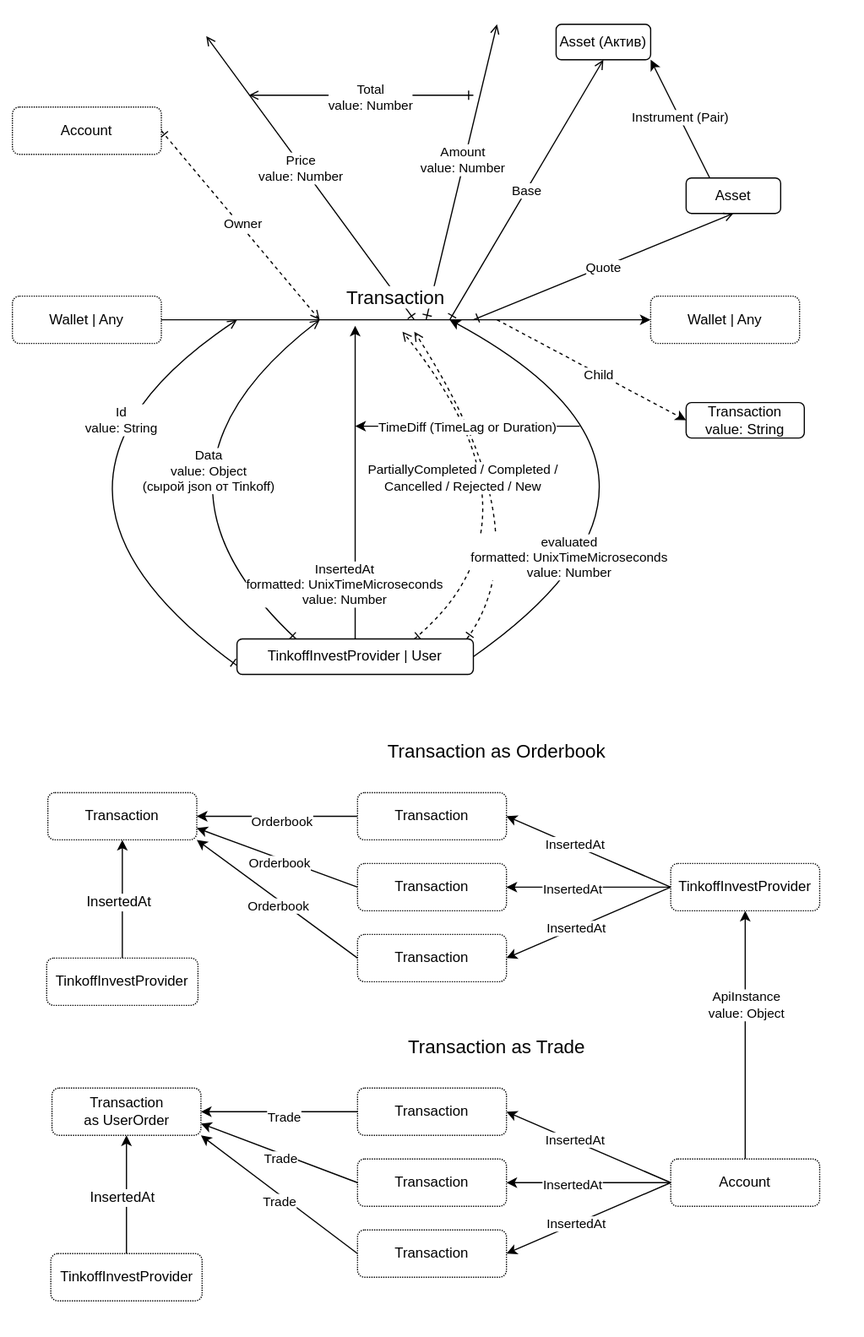
This is src/transaction/Transaction.drawio.svg from suenot/deep-profitmaker, a draw.io export, as it was before one commit. Source tidied: cells renumbered, new cells last; positions are measured from the earlier drawing's top-left corner, leaving out a move shared by most shapes.
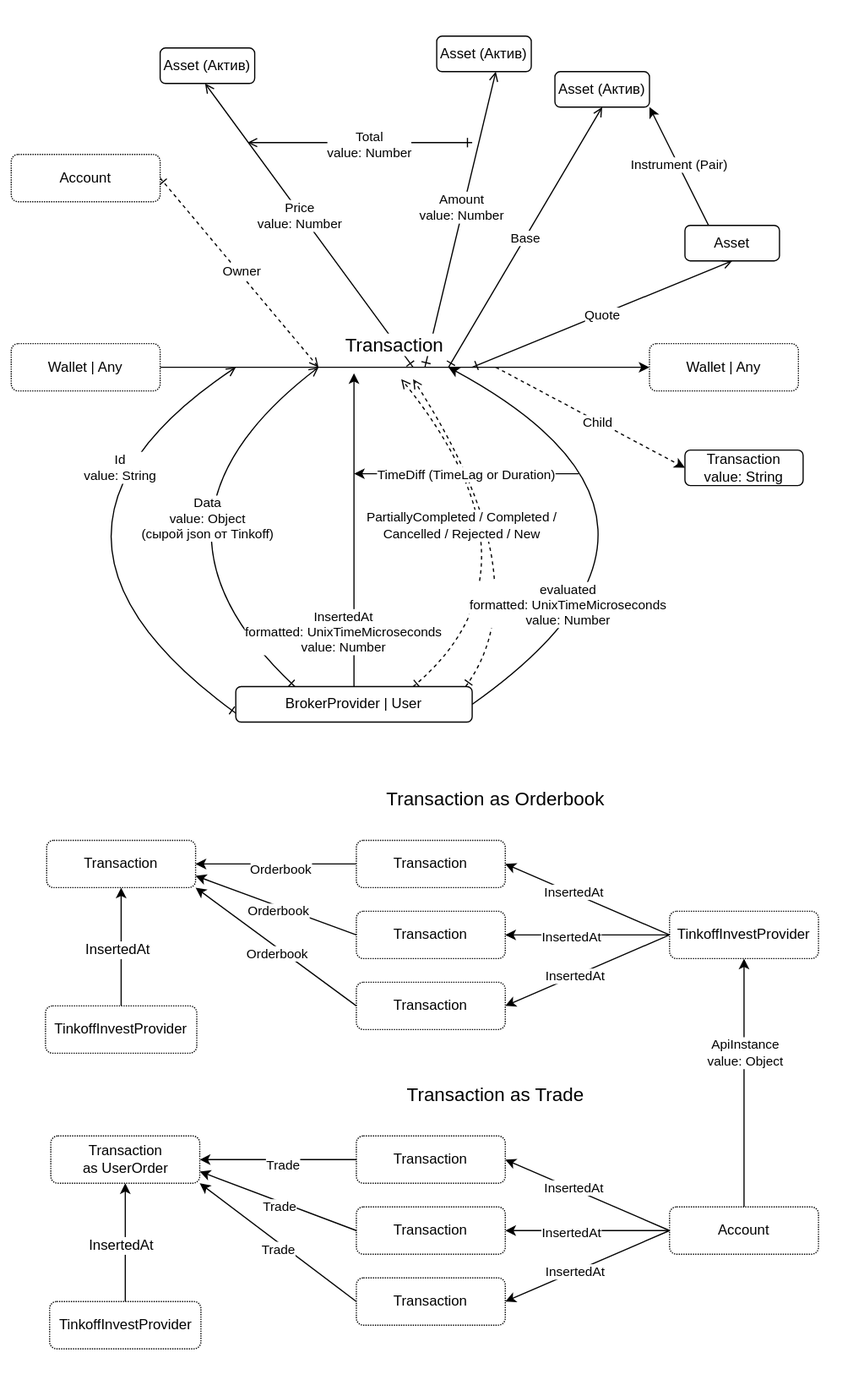
The same diagram one commit later.

The edit, as a diff of the source:
```diff
@@ -3,7 +3,7 @@
     <mxCell id="0" />
     <mxCell id="1" parent="0" />
     <mxCell id="2" style="rounded=0;whiteSpace=wrap;html=1;strokeColor=none;" parent="1" vertex="1">
-      <mxGeometry x="10" width="730" height="1130" as="geometry" />
+      <mxGeometry x="11" y="-40" width="730" height="1170" as="geometry" />
     </mxCell>
     <mxCell id="3" style="edgeStyle=none;html=1;startArrow=ERone;startFill=0;endArrow=open;endFill=0;" parent="1" edge="1">
       <mxGeometry relative="1" as="geometry">
@@ -120,7 +120,7 @@
         <mxPoint x="310" y="275" as="targetPoint" />
       </mxGeometry>
     </mxCell>
-    <mxCell id="28" value="TinkoffInvestProvider | User" style="rounded=1;whiteSpace=wrap;html=1;labelBackgroundColor=none;" parent="1" vertex="1">
+    <mxCell id="28" value="BrokerProvider | User" style="rounded=1;whiteSpace=wrap;html=1;labelBackgroundColor=none;" parent="1" vertex="1">
       <mxGeometry x="210" y="540" width="200" height="30" as="geometry" />
     </mxCell>
     <mxCell id="29" style="edgeStyle=none;html=1;exitX=1;exitY=0.5;exitDx=0;exitDy=0;strokeColor=#000000;" parent="1" edge="1" source="31">
@@ -341,5 +341,11 @@
         <mxPoint x="84" y="-76" as="offset" />
       </mxGeometry>
     </mxCell>
+    <mxCell id="89" value="Asset (Актив)" style="rounded=1;whiteSpace=wrap;html=1;labelBackgroundColor=none;" parent="1" vertex="1">
+      <mxGeometry x="380" y="-10" width="80" height="30" as="geometry" />
+    </mxCell>
+    <mxCell id="90" value="Asset (Актив)" style="rounded=1;whiteSpace=wrap;html=1;labelBackgroundColor=none;" parent="1" vertex="1">
+      <mxGeometry x="146" width="80" height="30" as="geometry" />
+    </mxCell>
   </root>
 </mxGraphModel>
```
